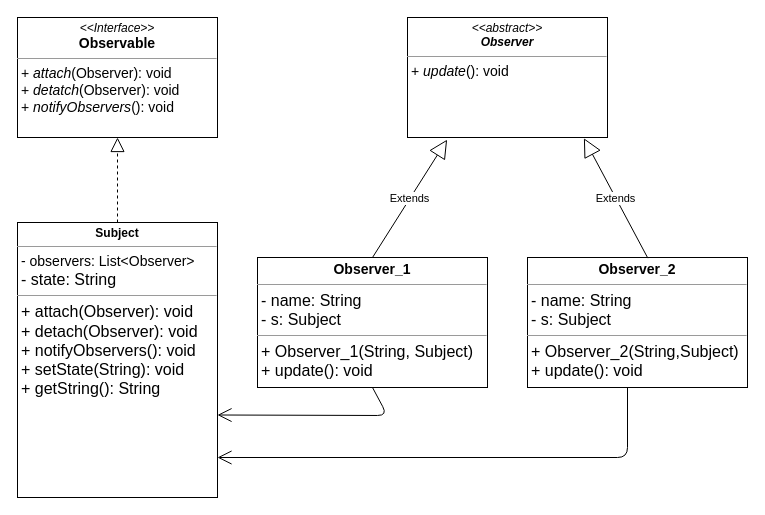
This is com/cc/java/observer/observer_class_pull.drawio from cjanta/02_Design_Patterns, a draw.io file, before an edit. Source tidied: cells renumbered, new cells numbered last; positions are measured from the earlier drawing's top-left corner, leaving out a move shared by most shapes. Both pictures are drawn from the tidied source at 100%, with x=0, y=0 at pixel (17, 17).
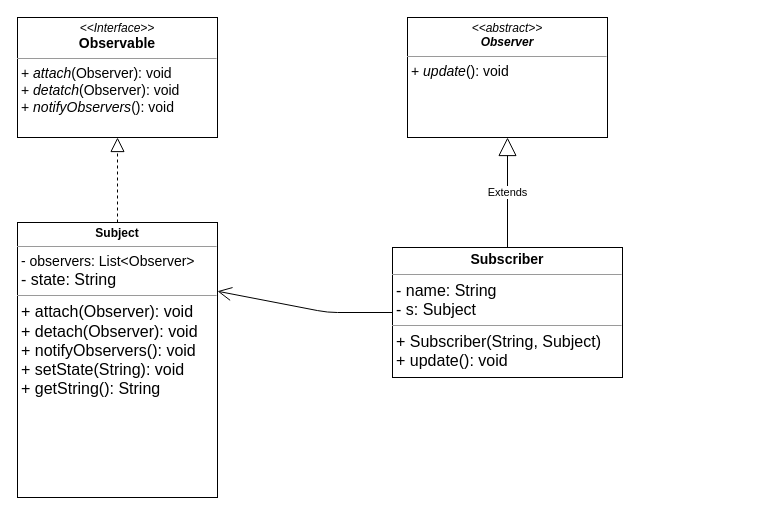
Above is the later version.

Commit message (it also covers changes not shown here):
Refactroing Subscriber und class diagram

The edit, as a diff of the source:
```diff
@@
 <mxGraphModel>
   <root>
     <mxCell id="0" />
     <mxCell id="1" parent="0" />
-    <mxCell id="2" value="&lt;p style=&quot;margin: 0px ; margin-top: 4px ; text-align: center&quot;&gt;&lt;b&gt;&lt;font style=&quot;font-size: 14px&quot;&gt;Observer_1&lt;/font&gt;&lt;/b&gt;&lt;/p&gt;&lt;hr size=&quot;1&quot;&gt;&lt;p style=&quot;margin: 0px ; margin-left: 4px&quot;&gt;&lt;font size=&quot;3&quot;&gt;- name: String&lt;/font&gt;&lt;/p&gt;&lt;p style=&quot;margin: 0px ; margin-left: 4px&quot;&gt;&lt;font size=&quot;3&quot;&gt;- s: Subject&lt;/font&gt;&lt;/p&gt;&lt;hr size=&quot;1&quot;&gt;&lt;p style=&quot;margin: 0px ; margin-left: 4px&quot;&gt;&lt;font size=&quot;3&quot;&gt;+ Observer_1(String, Subject)&lt;/font&gt;&lt;/p&gt;&lt;p style=&quot;margin: 0px ; margin-left: 4px&quot;&gt;&lt;font size=&quot;3&quot;&gt;+&amp;nbsp;&lt;/font&gt;&lt;span style=&quot;background-color: initial; font-size: medium;&quot;&gt;update&lt;/span&gt;&lt;font style=&quot;background-color: initial;&quot; size=&quot;3&quot;&gt;(): void&lt;/font&gt;&lt;/p&gt;&lt;p style=&quot;margin: 0px ; margin-left: 4px&quot;&gt;&lt;br&gt;&lt;/p&gt;&lt;p style=&quot;margin: 0px ; margin-left: 4px&quot;&gt;&lt;font size=&quot;3&quot;&gt;&lt;br&gt;&lt;/font&gt;&lt;/p&gt;&lt;p style=&quot;margin: 0px ; margin-left: 4px&quot;&gt;&lt;font size=&quot;3&quot;&gt;&lt;br&gt;&lt;/font&gt;&lt;/p&gt;&lt;p style=&quot;margin: 0px ; margin-left: 4px&quot;&gt;&lt;br&gt;&lt;/p&gt;&lt;p style=&quot;margin: 0px ; margin-left: 4px&quot;&gt;&lt;br&gt;&lt;/p&gt;&lt;p style=&quot;margin: 0px ; margin-left: 4px&quot;&gt;&lt;br&gt;&lt;/p&gt;" style="verticalAlign=top;align=left;overflow=fill;fontSize=12;fontFamily=Helvetica;html=1;" parent="1" vertex="1">
-      <mxGeometry x="240" y="240" width="230" height="130" as="geometry" />
+    <mxCell id="2" value="&lt;p style=&quot;margin: 0px ; margin-top: 4px ; text-align: center&quot;&gt;&lt;b&gt;&lt;font style=&quot;font-size: 14px&quot;&gt;Subscriber&lt;/font&gt;&lt;/b&gt;&lt;/p&gt;&lt;hr size=&quot;1&quot;&gt;&lt;p style=&quot;margin: 0px ; margin-left: 4px&quot;&gt;&lt;font size=&quot;3&quot;&gt;- name: String&lt;/font&gt;&lt;/p&gt;&lt;p style=&quot;margin: 0px ; margin-left: 4px&quot;&gt;&lt;font size=&quot;3&quot;&gt;- s: Subject&lt;/font&gt;&lt;/p&gt;&lt;hr size=&quot;1&quot;&gt;&lt;p style=&quot;margin: 0px ; margin-left: 4px&quot;&gt;&lt;font size=&quot;3&quot;&gt;+ Subscriber(String, Subject)&lt;/font&gt;&lt;/p&gt;&lt;p style=&quot;margin: 0px ; margin-left: 4px&quot;&gt;&lt;font size=&quot;3&quot;&gt;+&amp;nbsp;&lt;/font&gt;&lt;span style=&quot;background-color: initial; font-size: medium;&quot;&gt;update&lt;/span&gt;&lt;font style=&quot;background-color: initial;&quot; size=&quot;3&quot;&gt;(): void&lt;/font&gt;&lt;/p&gt;&lt;p style=&quot;margin: 0px ; margin-left: 4px&quot;&gt;&lt;br&gt;&lt;/p&gt;&lt;p style=&quot;margin: 0px ; margin-left: 4px&quot;&gt;&lt;font size=&quot;3&quot;&gt;&lt;br&gt;&lt;/font&gt;&lt;/p&gt;&lt;p style=&quot;margin: 0px ; margin-left: 4px&quot;&gt;&lt;font size=&quot;3&quot;&gt;&lt;br&gt;&lt;/font&gt;&lt;/p&gt;&lt;p style=&quot;margin: 0px ; margin-left: 4px&quot;&gt;&lt;br&gt;&lt;/p&gt;&lt;p style=&quot;margin: 0px ; margin-left: 4px&quot;&gt;&lt;br&gt;&lt;/p&gt;&lt;p style=&quot;margin: 0px ; margin-left: 4px&quot;&gt;&lt;br&gt;&lt;/p&gt;" style="verticalAlign=top;align=left;overflow=fill;fontSize=12;fontFamily=Helvetica;html=1;" parent="1" vertex="1">
+      <mxGeometry x="375" y="230" width="230" height="130" as="geometry" />
     </mxCell>
     <mxCell id="3" style="edgeStyle=orthogonalEdgeStyle;rounded=0;orthogonalLoop=1;jettySize=auto;html=1;exitX=0.5;exitY=1;exitDx=0;exitDy=0;" parent="1" edge="1" source="2" target="2">
       <mxGeometry relative="1" as="geometry" />
     </mxCell>
     <mxCell id="4" value="&lt;p style=&quot;margin: 0px ; margin-top: 4px ; text-align: center&quot;&gt;&lt;b&gt;&lt;font style=&quot;font-size: 12px&quot;&gt;Subject&lt;/font&gt;&lt;/b&gt;&lt;/p&gt;&lt;hr size=&quot;1&quot;&gt;&lt;p style=&quot;margin: 0px ; margin-left: 4px&quot;&gt;&lt;font style=&quot;font-size: 14px&quot;&gt;- observers: List&amp;lt;Observer&amp;gt;&lt;/font&gt;&lt;/p&gt;&lt;p style=&quot;margin: 0px ; margin-left: 4px&quot;&gt;&lt;font size=&quot;3&quot;&gt;- state: String&lt;/font&gt;&lt;/p&gt;&lt;hr size=&quot;1&quot;&gt;&lt;p style=&quot;margin: 0px ; margin-left: 4px&quot;&gt;&lt;font size=&quot;3&quot;&gt;+&amp;nbsp;attach(Observer): void&lt;/font&gt;&lt;/p&gt;&lt;p style=&quot;margin: 0px ; margin-left: 4px&quot;&gt;&lt;font size=&quot;3&quot;&gt;+ detach&lt;/font&gt;&lt;font size=&quot;3&quot;&gt;(Observer): void&lt;br&gt;+ notifyObservers(): void&lt;/font&gt;&lt;/p&gt;&lt;p style=&quot;margin: 0px ; margin-left: 4px&quot;&gt;&lt;font size=&quot;3&quot;&gt;+ setState(String): void&lt;/font&gt;&lt;/p&gt;&lt;p style=&quot;margin: 0px ; margin-left: 4px&quot;&gt;&lt;font size=&quot;3&quot;&gt;+ getString(): String&lt;/font&gt;&lt;/p&gt;&lt;br&gt;&lt;p style=&quot;margin: 0px ; margin-left: 4px&quot;&gt;&lt;font size=&quot;3&quot;&gt;&lt;br&gt;&lt;/font&gt;&lt;/p&gt;&lt;p style=&quot;margin: 0px ; margin-left: 4px&quot;&gt;&lt;font size=&quot;3&quot;&gt;&lt;br&gt;&lt;/font&gt;&lt;/p&gt;&lt;p style=&quot;margin: 0px ; margin-left: 4px&quot;&gt;&lt;br&gt;&lt;/p&gt;&lt;p style=&quot;margin: 0px ; margin-left: 4px&quot;&gt;&lt;br&gt;&lt;/p&gt;&lt;p style=&quot;margin: 0px ; margin-left: 4px&quot;&gt;&lt;br&gt;&lt;/p&gt;" style="verticalAlign=top;align=left;overflow=fill;fontSize=12;fontFamily=Helvetica;html=1;" parent="1" vertex="1">
       <mxGeometry y="205" width="200" height="275" as="geometry" />
     </mxCell>
     <mxCell id="5" style="edgeStyle=orthogonalEdgeStyle;rounded=0;orthogonalLoop=1;jettySize=auto;html=1;exitX=0.5;exitY=1;exitDx=0;exitDy=0;" parent="1" edge="1">
       <mxGeometry relative="1" as="geometry">
         <mxPoint x="290" y="240" as="sourcePoint" />
         <mxPoint x="290" y="240" as="targetPoint" />
       </mxGeometry>
     </mxCell>
     <mxCell id="6" value="&lt;p style=&quot;margin: 0px ; margin-top: 4px ; text-align: center&quot;&gt;&lt;i&gt;&amp;lt;&amp;lt;Interface&amp;gt;&amp;gt;&lt;/i&gt;&lt;br&gt;&lt;b&gt;&lt;font style=&quot;font-size: 14px&quot;&gt;Observable&lt;/font&gt;&lt;/b&gt;&lt;/p&gt;&lt;hr size=&quot;1&quot;&gt;&lt;p style=&quot;margin: 0px ; margin-left: 4px&quot;&gt;&lt;font style=&quot;font-size: 14px&quot;&gt;+ &lt;i&gt;attach&lt;/i&gt;(Observer): void&lt;br&gt;+ &lt;i&gt;detatch&lt;/i&gt;(Observer): void&lt;br&gt;&lt;/font&gt;&lt;/p&gt;&lt;p style=&quot;margin: 0px ; margin-left: 4px&quot;&gt;&lt;font style=&quot;font-size: 14px&quot;&gt;+ &lt;i&gt;notifyObservers&lt;/i&gt;(): void&lt;/font&gt;&lt;br&gt;&lt;/p&gt;" style="verticalAlign=top;align=left;overflow=fill;fontSize=12;fontFamily=Helvetica;html=1;" parent="1" vertex="1">
       <mxGeometry width="200" height="120" as="geometry" />
     </mxCell>
     <mxCell id="7" value="&lt;p style=&quot;margin: 0px ; margin-top: 4px ; text-align: center&quot;&gt;&lt;i&gt;&amp;lt;&amp;lt;abstract&amp;gt;&amp;gt;&lt;/i&gt;&lt;br&gt;&lt;b&gt;&lt;i&gt;Observer&lt;/i&gt;&lt;/b&gt;&lt;/p&gt;&lt;hr size=&quot;1&quot;&gt;&lt;p style=&quot;margin: 0px ; margin-left: 4px&quot;&gt;&lt;span style=&quot;font-size: 14px&quot;&gt;+ &lt;/span&gt;&lt;i style=&quot;font-size: 14px&quot;&gt;update&lt;/i&gt;&lt;span style=&quot;font-size: 14px&quot;&gt;(): void&lt;/span&gt;&lt;br&gt;&lt;/p&gt;" style="verticalAlign=top;align=left;overflow=fill;fontSize=12;fontFamily=Helvetica;html=1;" parent="1" vertex="1">
       <mxGeometry x="390" width="200" height="120" as="geometry" />
     </mxCell>
     <mxCell id="8" style="endArrow=block;dashed=1;endFill=0;endSize=12;html=1;exitX=0.5;exitY=0;exitDx=0;exitDy=0;entryX=0.5;entryY=1;entryDx=0;entryDy=0;" parent="1" edge="1" source="4" target="6">
       <mxGeometry relative="1" as="geometry" />
     </mxCell>
-    <mxCell id="9" value="&lt;p style=&quot;margin: 0px ; margin-top: 4px ; text-align: center&quot;&gt;&lt;b&gt;&lt;font style=&quot;font-size: 14px&quot;&gt;Observer_2&lt;/font&gt;&lt;/b&gt;&lt;/p&gt;&lt;hr size=&quot;1&quot;&gt;&lt;p style=&quot;margin: 0px ; margin-left: 4px&quot;&gt;&lt;font size=&quot;3&quot;&gt;- name: String&lt;/font&gt;&lt;/p&gt;&lt;p style=&quot;margin: 0px ; margin-left: 4px&quot;&gt;&lt;font size=&quot;3&quot;&gt;- s: Subject&lt;/font&gt;&lt;/p&gt;&lt;hr size=&quot;1&quot;&gt;&lt;p style=&quot;margin: 0px ; margin-left: 4px&quot;&gt;&lt;font size=&quot;3&quot;&gt;+ Observer_2(String,Subject)&lt;/font&gt;&lt;/p&gt;&lt;p style=&quot;margin: 0px ; margin-left: 4px&quot;&gt;&lt;font size=&quot;3&quot;&gt;+&amp;nbsp;&lt;/font&gt;&lt;span style=&quot;font-size: medium&quot;&gt;update&lt;/span&gt;&lt;font size=&quot;3&quot;&gt;(): void&lt;/font&gt;&lt;/p&gt;&lt;p style=&quot;margin: 0px ; margin-left: 4px&quot;&gt;&lt;br&gt;&lt;/p&gt;&lt;p style=&quot;margin: 0px ; margin-left: 4px&quot;&gt;&lt;font size=&quot;3&quot;&gt;&lt;br&gt;&lt;/font&gt;&lt;/p&gt;&lt;p style=&quot;margin: 0px ; margin-left: 4px&quot;&gt;&lt;font size=&quot;3&quot;&gt;&lt;br&gt;&lt;/font&gt;&lt;/p&gt;&lt;p style=&quot;margin: 0px ; margin-left: 4px&quot;&gt;&lt;br&gt;&lt;/p&gt;&lt;p style=&quot;margin: 0px ; margin-left: 4px&quot;&gt;&lt;br&gt;&lt;/p&gt;&lt;p style=&quot;margin: 0px ; margin-left: 4px&quot;&gt;&lt;br&gt;&lt;/p&gt;" style="verticalAlign=top;align=left;overflow=fill;fontSize=12;fontFamily=Helvetica;html=1;" parent="1" vertex="1">
-      <mxGeometry x="510" y="240" width="220" height="130" as="geometry" />
-    </mxCell>
-    <mxCell id="10" value="Extends" style="endArrow=block;endSize=16;endFill=0;html=1;exitX=0.5;exitY=0;exitDx=0;exitDy=0;entryX=0.198;entryY=1.018;entryDx=0;entryDy=0;entryPerimeter=0;" parent="1" edge="1" source="2" target="7">
+    <mxCell id="10" value="Extends" style="endArrow=block;endSize=16;endFill=0;html=1;exitX=0.5;exitY=0;exitDx=0;exitDy=0;entryX=0.5;entryY=1;entryDx=0;entryDy=0;" parent="1" edge="1" source="2" target="7">
       <mxGeometry relative="1" as="geometry" />
     </mxCell>
-    <mxCell id="11" value="Extends" style="endArrow=block;endSize=16;endFill=0;html=1;exitX=0.547;exitY=0.005;exitDx=0;exitDy=0;exitPerimeter=0;entryX=0.882;entryY=1.006;entryDx=0;entryDy=0;entryPerimeter=0;" parent="1" edge="1" source="9" target="7">
-      <mxGeometry relative="1" as="geometry" />
-    </mxCell>
-    <mxCell id="12" style="endArrow=open;endFill=1;endSize=12;html=1;" parent="1" edge="1">
-      <mxGeometry relative="1" as="geometry">
-        <mxPoint x="610" y="370" as="sourcePoint" />
-        <mxPoint x="200" y="440" as="targetPoint" />
-        <Array as="points">
-          <mxPoint x="610" y="440" />
-        </Array>
-      </mxGeometry>
-    </mxCell>
-    <mxCell id="13" style="endArrow=open;endFill=1;endSize=12;html=1;exitX=0.5;exitY=1;exitDx=0;exitDy=0;entryX=1;entryY=0.7;entryDx=0;entryDy=0;entryPerimeter=0;" parent="1" edge="1" source="2" target="4">
+    <mxCell id="13" style="endArrow=open;endFill=1;endSize=12;html=1;exitX=0;exitY=0.5;exitDx=0;exitDy=0;entryX=1;entryY=0.25;entryDx=0;entryDy=0;" parent="1" edge="1" source="2" target="4">
       <mxGeometry relative="1" as="geometry">
         <Array as="points">
-          <mxPoint x="370" y="398" />
+          <mxPoint x="310" y="295" />
         </Array>
       </mxGeometry>
     </mxCell>
   </root>
 </mxGraphModel>
```
